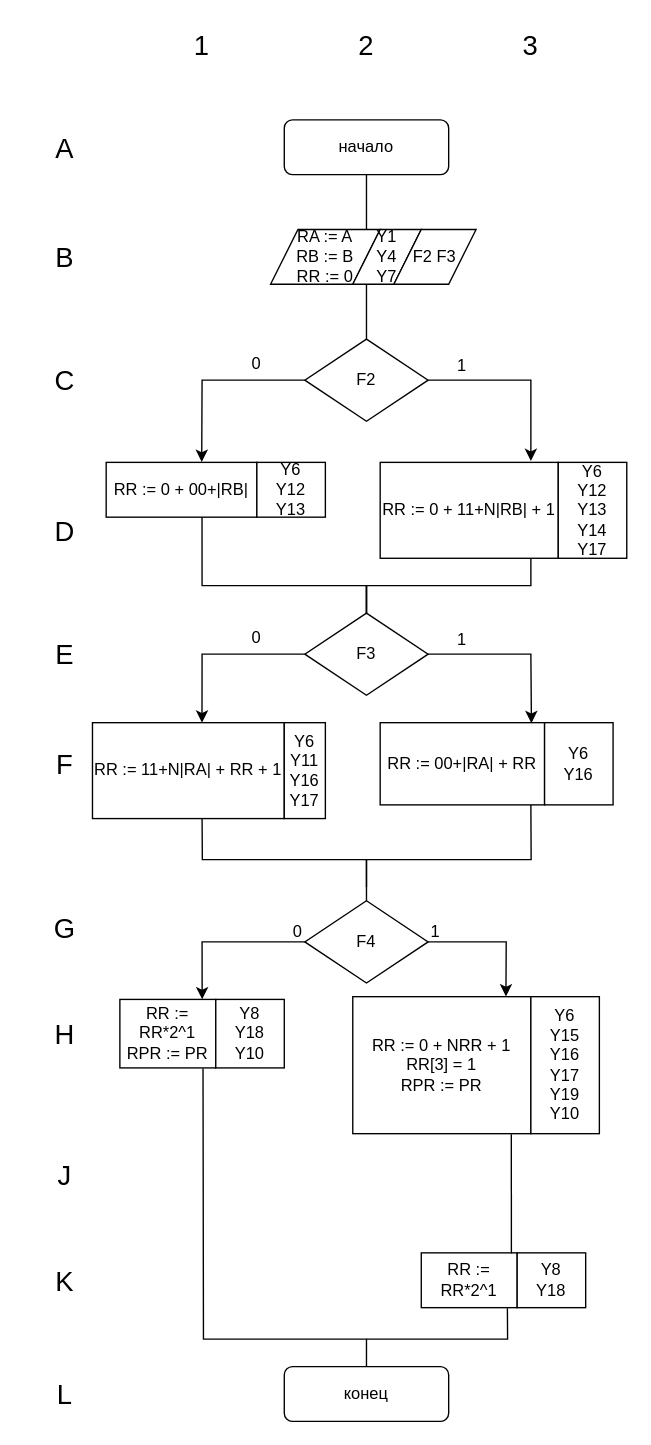
The draw.io diagram kursach/bo/micro-sub.drawio in Altzgamer/schemotechnika25-26, before the edit. Source tidied: cells renumbered, new cells numbered last; positions are measured from the earlier drawing's top-left corner, leaving out a move shared by most shapes. Both pictures are drawn from the tidied source at 137%, with x=0, y=0 at pixel (23, 23).
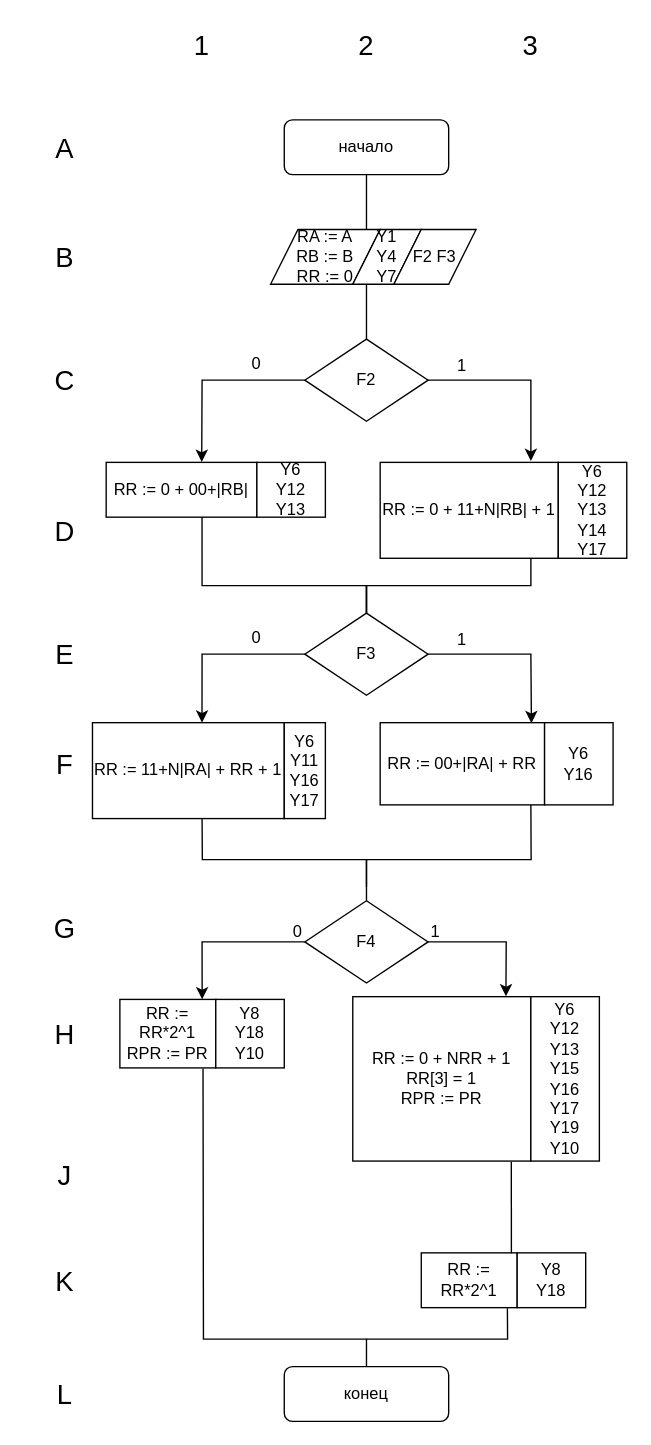
After the change.

What changed in the source:
```diff
@@
     <mxCell id="41" value="RR := 0 + NRR + 1&lt;div&gt;RR[3] = 1&lt;/div&gt;&lt;div&gt;RPR := PR&lt;/div&gt;" style="rounded=0;whiteSpace=wrap;html=1;" parent="1" vertex="1">
-      <mxGeometry x="240" y="710" width="130" height="100" as="geometry" />
+      <mxGeometry x="240" y="710" width="130" height="120" as="geometry" />
     </mxCell>
@@
-    <mxCell id="52" value="Y6&lt;div&gt;Y15&lt;/div&gt;&lt;div&gt;Y16&lt;/div&gt;&lt;div&gt;Y17&lt;/div&gt;&lt;div&gt;Y19&lt;/div&gt;&lt;div&gt;Y10&lt;/div&gt;" style="rounded=0;whiteSpace=wrap;html=1;" parent="1" vertex="1">
-      <mxGeometry x="370" y="710" width="50" height="100" as="geometry" />
+    <mxCell id="52" value="Y6&lt;div&gt;Y12&lt;/div&gt;&lt;div&gt;Y13&lt;br&gt;&lt;div&gt;Y15&lt;/div&gt;&lt;div&gt;Y16&lt;/div&gt;&lt;div&gt;Y17&lt;/div&gt;&lt;div&gt;Y19&lt;/div&gt;&lt;div&gt;Y10&lt;/div&gt;&lt;/div&gt;" style="rounded=0;whiteSpace=wrap;html=1;" parent="1" vertex="1">
+      <mxGeometry x="370" y="710" width="50" height="120" as="geometry" />
     </mxCell>
```
